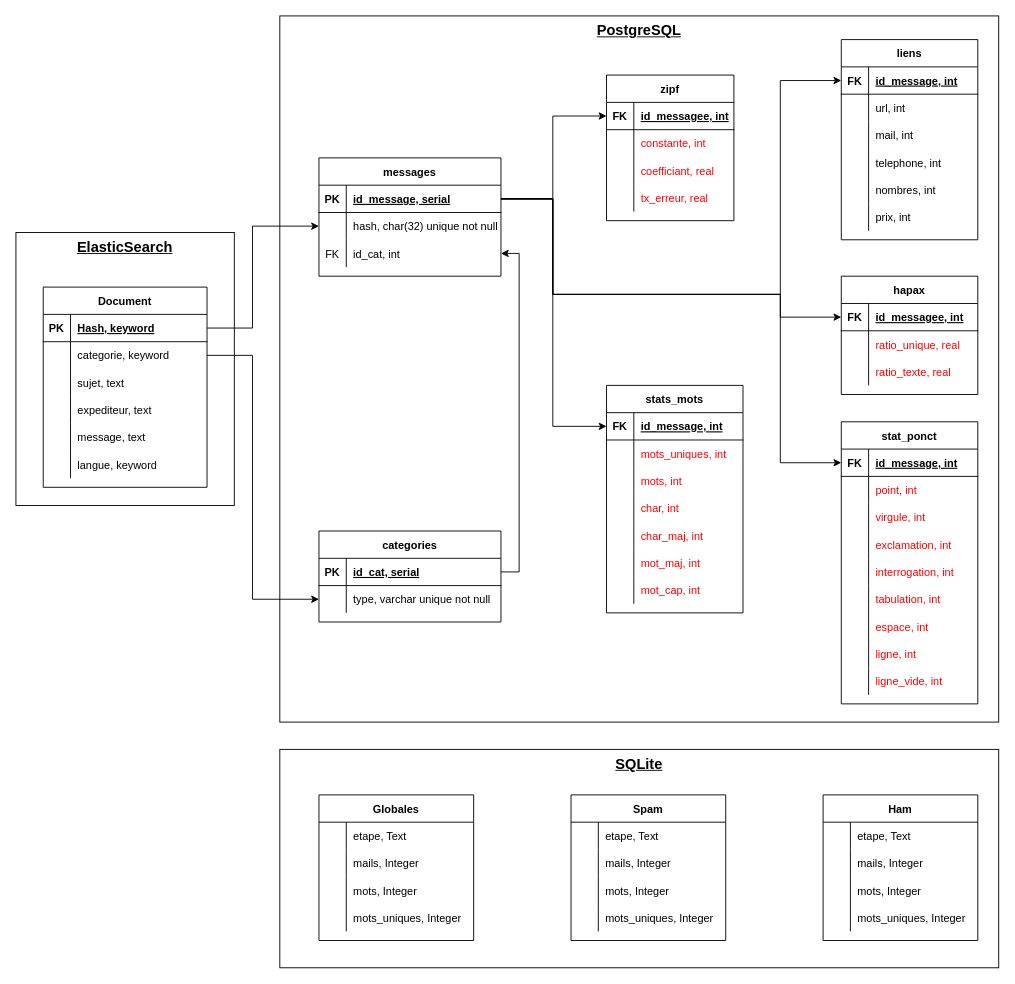
Earlier version of the draw.io diagram 03_Rapport/Schéma/Bdd_phase1.drawio (peredur0/mercury). Source tidied: cells renumbered, new cells numbered last; positions are measured from the earlier drawing's top-left corner, leaving out a move shared by most shapes. Both pictures are drawn from the tidied source at 91%, with x=0, y=0 at pixel (15, 15).
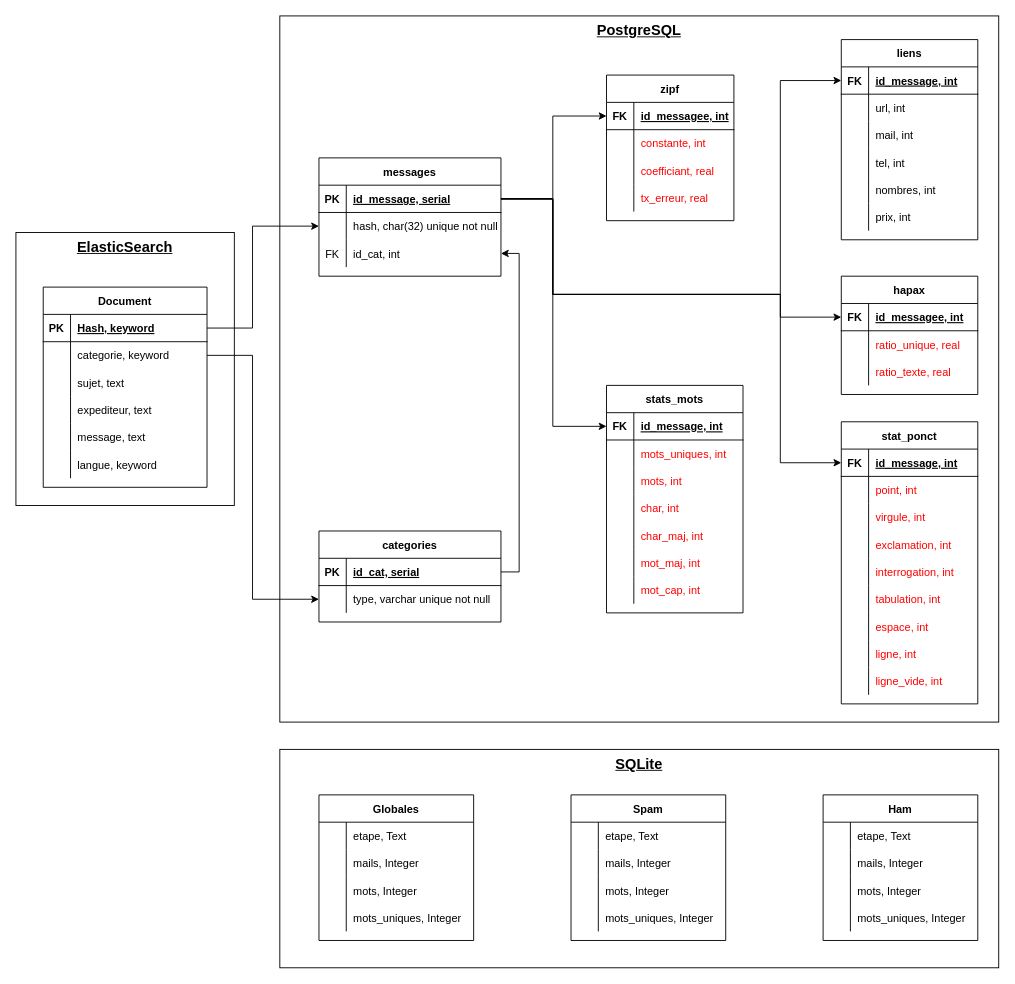
The same page after the edit.

Unchanged cells that the change refers to:
```xml
<mxCell id="125" style="shape=tableRow;horizontal=0;startSize=0;swimlaneHead=0;swimlaneBody=0;fillColor=none;top=0;left=0;right=0;bottom=0;" parent="115" vertex="1">
  <mxGeometry y="120" width="150" height="30" as="geometry" />
</mxCell>
```

Change to the diagram source:
```diff
@@
-    <mxCell id="127" value="telephone, int" style="shape=partialRectangle;fillColor=none;top=0;left=0;bottom=0;right=0;align=left;spacingLeft=6;overflow=hidden;" parent="125" vertex="1">
+    <mxCell id="127" value="tel, int" style="shape=partialRectangle;fillColor=none;top=0;left=0;bottom=0;right=0;align=left;spacingLeft=6;overflow=hidden;" parent="125" vertex="1">
       <mxGeometry x="30" width="120" height="30" as="geometry" />
     </mxCell>
```
